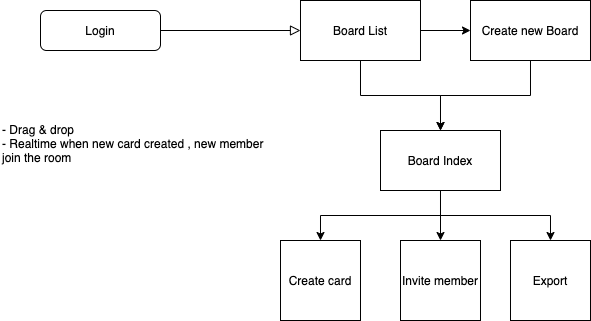
This is flowchart.png from BehemothLtd/kpt-online, a draw.io export, as it was before one commit. Source tidied: cells renumbered, new cells last; positions are measured from the earlier drawing's top-left corner, leaving out a move shared by most shapes.
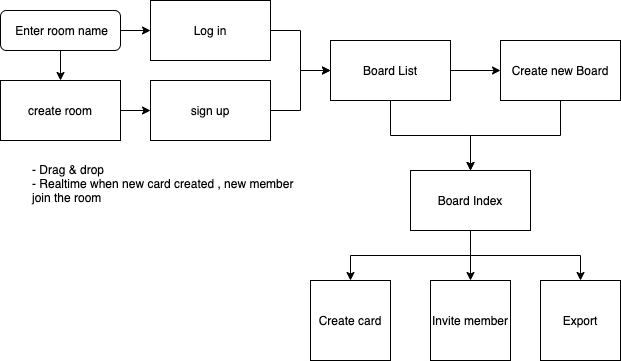
The same diagram one commit later.

The edit, as a diff of the source:
```diff
@@ -2,13 +2,14 @@
   <root>
     <mxCell id="0" />
     <mxCell id="1" parent="0" />
-    <mxCell id="2" style="rounded=0;html=1;jettySize=auto;fontSize=11;endArrow=block;endFill=0;endSize=8;strokeWidth=1;shadow=0;labelBackgroundColor=none;edgeStyle=orthogonalEdgeStyle;" parent="1" edge="1" source="3">
-      <mxGeometry relative="1" as="geometry">
-        <mxPoint x="300" y="30" as="targetPoint" />
-      </mxGeometry>
-    </mxCell>
+    <mxCell id="17" style="edgeStyle=orthogonalEdgeStyle;rounded=0;jettySize=auto;html=1;exitX=1;exitY=0.5;exitDx=0;exitDy=0;" parent="1" edge="1" source="3" target="20">
+      <mxGeometry relative="1" as="geometry" />
+    </mxCell>
+    <mxCell id="18" style="edgeStyle=orthogonalEdgeStyle;rounded=0;jettySize=auto;html=1;exitX=0.5;exitY=1;exitDx=0;exitDy=0;entryX=0.5;entryY=0;entryDx=0;entryDy=0;" parent="1" edge="1" source="3" target="22">
+      <mxGeometry relative="1" as="geometry" />
+    </mxCell>
-    <mxCell id="3" value="Login" style="rounded=1;whiteSpace=wrap;html=1;fontSize=12;glass=0;strokeWidth=1;shadow=0;" parent="1" vertex="1">
-      <mxGeometry x="40" y="10" width="120" height="40" as="geometry" />
+    <mxCell id="3" value="&amp;nbsp;Enter room name" style="rounded=1;whiteSpace=wrap;html=1;fontSize=12;glass=0;strokeWidth=1;shadow=0;" parent="1" vertex="1">
+      <mxGeometry x="-30" y="-30" width="120" height="40" as="geometry" />
     </mxCell>
     <mxCell id="4" style="edgeStyle=orthogonalEdgeStyle;rounded=0;jettySize=auto;html=1;exitX=1;exitY=0.5;exitDx=0;exitDy=0;" parent="1" edge="1" source="6" target="12">
       <mxGeometry relative="1" as="geometry" />
@@ -56,5 +57,23 @@
     <mxCell id="16" value="- Drag &amp;amp; drop&lt;br&gt;- Realtime when new card created , new member join the room&lt;br&gt;&lt;br&gt;" style="text;html=1;strokeColor=none;fillColor=none;align=left;verticalAlign=middle;whiteSpace=wrap;rounded=0;" parent="1" vertex="1">
       <mxGeometry y="90" width="280" height="120" as="geometry" />
     </mxCell>
+    <mxCell id="19" style="edgeStyle=orthogonalEdgeStyle;rounded=0;jettySize=auto;html=1;exitX=1;exitY=0.5;exitDx=0;exitDy=0;entryX=0;entryY=0.5;entryDx=0;entryDy=0;" parent="1" edge="1" source="20" target="6">
+      <mxGeometry relative="1" as="geometry" />
+    </mxCell>
+    <mxCell id="20" value="&amp;nbsp;Log in&amp;nbsp;" style="rounded=0;whiteSpace=wrap;html=1;" parent="1" vertex="1">
+      <mxGeometry x="120" y="-40" width="120" height="60" as="geometry" />
+    </mxCell>
+    <mxCell id="21" style="edgeStyle=orthogonalEdgeStyle;rounded=0;jettySize=auto;html=1;exitX=1;exitY=0.5;exitDx=0;exitDy=0;entryX=0;entryY=0.5;entryDx=0;entryDy=0;" parent="1" edge="1" source="22" target="24">
+      <mxGeometry relative="1" as="geometry" />
+    </mxCell>
+    <mxCell id="22" value="create room" style="rounded=0;whiteSpace=wrap;html=1;" parent="1" vertex="1">
+      <mxGeometry x="-30" y="40" width="120" height="60" as="geometry" />
+    </mxCell>
+    <mxCell id="23" style="edgeStyle=orthogonalEdgeStyle;rounded=0;jettySize=auto;html=1;exitX=1;exitY=0.5;exitDx=0;exitDy=0;entryX=0;entryY=0.5;entryDx=0;entryDy=0;" parent="1" edge="1" source="24" target="6">
+      <mxGeometry relative="1" as="geometry" />
+    </mxCell>
+    <mxCell id="24" value="sign up" style="rounded=0;whiteSpace=wrap;html=1;" parent="1" vertex="1">
+      <mxGeometry x="120" y="40" width="120" height="60" as="geometry" />
+    </mxCell>
   </root>
 </mxGraphModel>
```
